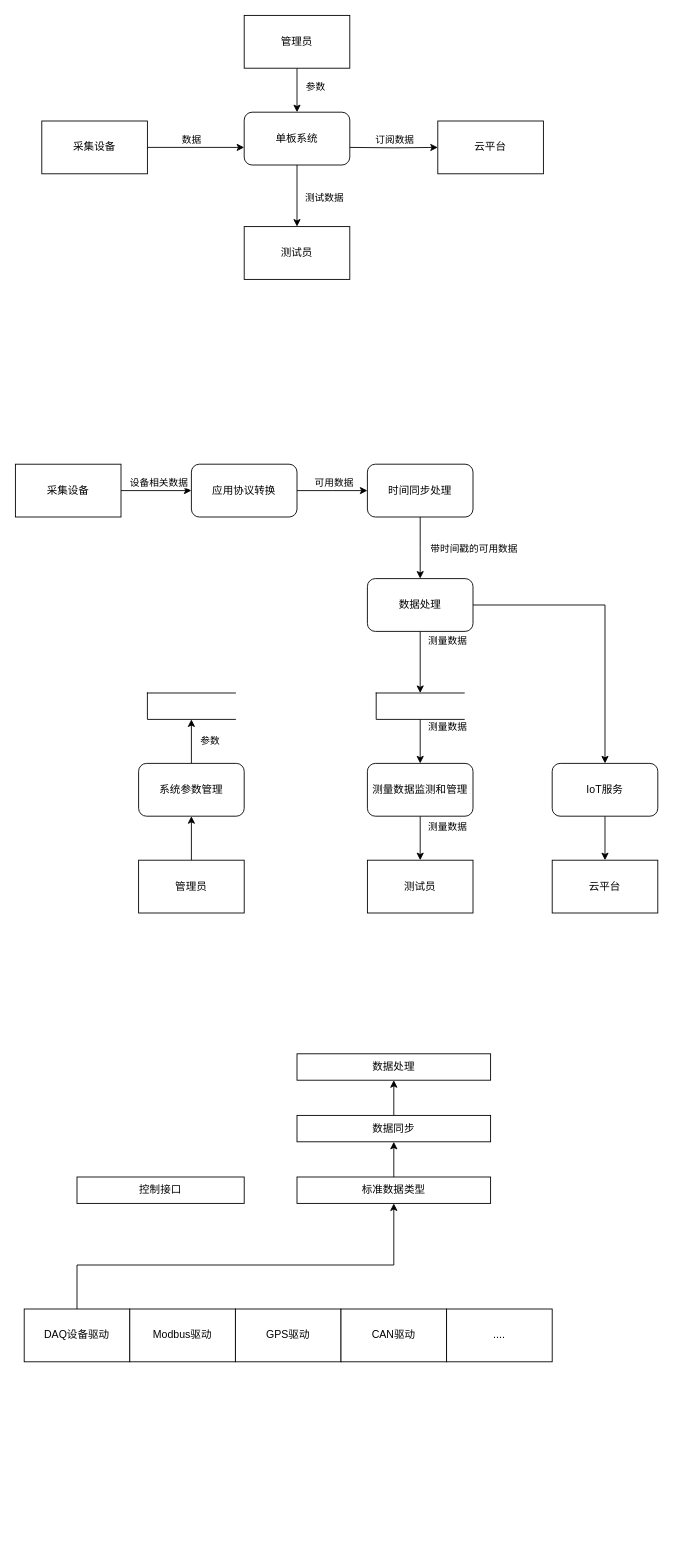
Earlier version of the draw.io diagram RaspPI/general design.drawio (zhugy08/drawio). Source tidied: cells renumbered, new cells numbered last; positions are measured from the earlier drawing's top-left corner, leaving out a move shared by most shapes. Both pictures are drawn from the tidied source at 88%, with x=0, y=0 at pixel (15, 15).
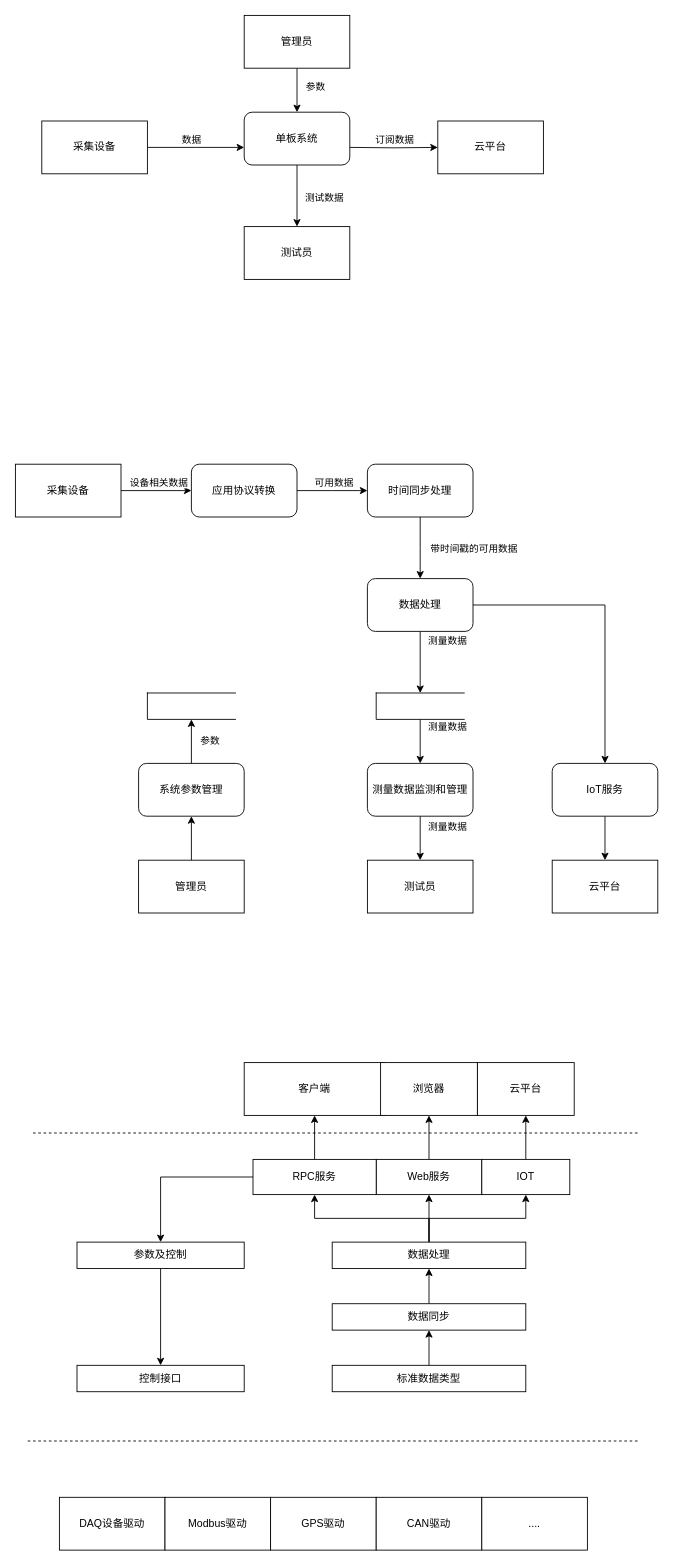
The same page after the edit.

Diff of the diagram source:
```diff
@@
     <mxCell id="45" value="标准数据类型" style="rounded=0;whiteSpace=wrap;html=1;" parent="1" vertex="1">
-      <mxGeometry x="320" y="1320" width="220" height="30" as="geometry" />
+      <mxGeometry x="360" y="1534" width="220" height="30" as="geometry" />
     </mxCell>
     <mxCell id="46" value="控制接口" style="rounded=0;whiteSpace=wrap;html=1;" parent="1" vertex="1">
-      <mxGeometry x="70" y="1320" width="190" height="30" as="geometry" />
+      <mxGeometry x="70" y="1534" width="190" height="30" as="geometry" />
     </mxCell>
-    <mxCell id="47" style="edgeStyle=orthogonalEdgeStyle;rounded=0;jettySize=auto;html=1;entryX=0.5;entryY=1;entryDx=0;entryDy=0;" parent="1" edge="1" source="48" target="45">
-      <mxGeometry relative="1" as="geometry">
-        <Array as="points">
-          <mxPoint x="70" y="1420" />
-          <mxPoint x="430" y="1420" />
-        </Array>
-      </mxGeometry>
-    </mxCell>
     <mxCell id="48" value="DAQ设备驱动" style="rounded=0;whiteSpace=wrap;html=1;" parent="1" vertex="1">
-      <mxGeometry x="10" y="1470" width="120" height="60" as="geometry" />
+      <mxGeometry x="50" y="1684" width="120" height="60" as="geometry" />
     </mxCell>
     <mxCell id="49" value="Modbus驱动" style="rounded=0;whiteSpace=wrap;html=1;" parent="1" vertex="1">
-      <mxGeometry x="130" y="1470" width="120" height="60" as="geometry" />
+      <mxGeometry x="170" y="1684" width="120" height="60" as="geometry" />
     </mxCell>
     <mxCell id="50" value="GPS驱动" style="rounded=0;whiteSpace=wrap;html=1;" parent="1" vertex="1">
-      <mxGeometry x="250" y="1470" width="120" height="60" as="geometry" />
+      <mxGeometry x="290" y="1684" width="120" height="60" as="geometry" />
     </mxCell>
     <mxCell id="51" value="CAN驱动" style="rounded=0;whiteSpace=wrap;html=1;" parent="1" vertex="1">
-      <mxGeometry x="370" y="1470" width="120" height="60" as="geometry" />
+      <mxGeometry x="410" y="1684" width="120" height="60" as="geometry" />
     </mxCell>
     <mxCell id="52" value="...." style="rounded=0;whiteSpace=wrap;html=1;" parent="1" vertex="1">
-      <mxGeometry x="490" y="1470" width="120" height="60" as="geometry" />
+      <mxGeometry x="530" y="1684" width="120" height="60" as="geometry" />
     </mxCell>
@@
     <mxCell id="54" value="数据同步" style="rounded=0;whiteSpace=wrap;html=1;" parent="1" vertex="1">
-      <mxGeometry x="320" y="1250" width="220" height="30" as="geometry" />
+      <mxGeometry x="360" y="1464" width="220" height="30" as="geometry" />
     </mxCell>
+    <mxCell id="56" style="edgeStyle=orthogonalEdgeStyle;rounded=0;jettySize=auto;html=1;" parent="1" edge="1" source="55" target="62">
+      <mxGeometry relative="1" as="geometry" />
+    </mxCell>
+    <mxCell id="57" style="edgeStyle=orthogonalEdgeStyle;rounded=0;jettySize=auto;html=1;" parent="1" edge="1" source="55" target="60">
+      <mxGeometry relative="1" as="geometry" />
+    </mxCell>
+    <mxCell id="58" style="edgeStyle=orthogonalEdgeStyle;rounded=0;jettySize=auto;html=1;entryX=0.5;entryY=1;entryDx=0;entryDy=0;" parent="1" edge="1" source="55" target="65">
+      <mxGeometry relative="1" as="geometry" />
+    </mxCell>
     <mxCell id="55" value="数据处理" style="rounded=0;whiteSpace=wrap;html=1;" parent="1" vertex="1">
-      <mxGeometry x="320" y="1180" width="220" height="30" as="geometry" />
+      <mxGeometry x="360" y="1394" width="220" height="30" as="geometry" />
     </mxCell>
+    <mxCell id="59" style="edgeStyle=orthogonalEdgeStyle;rounded=0;jettySize=auto;html=1;" parent="1" edge="1" source="60" target="67">
+      <mxGeometry relative="1" as="geometry" />
+    </mxCell>
+    <mxCell id="60" value="Web服务" style="rounded=0;whiteSpace=wrap;html=1;" parent="1" vertex="1">
+      <mxGeometry x="410" y="1300" width="120" height="40" as="geometry" />
+    </mxCell>
+    <mxCell id="61" style="edgeStyle=orthogonalEdgeStyle;rounded=0;jettySize=auto;html=1;" parent="1" edge="1" source="62" target="68">
+      <mxGeometry relative="1" as="geometry" />
+    </mxCell>
+    <mxCell id="62" value="IOT" style="rounded=0;whiteSpace=wrap;html=1;" parent="1" vertex="1">
+      <mxGeometry x="530" y="1300" width="100" height="40" as="geometry" />
+    </mxCell>
+    <mxCell id="63" style="edgeStyle=orthogonalEdgeStyle;rounded=0;jettySize=auto;html=1;" parent="1" edge="1" source="65" target="66">
+      <mxGeometry relative="1" as="geometry" />
+    </mxCell>
+    <mxCell id="64" style="edgeStyle=orthogonalEdgeStyle;rounded=0;jettySize=auto;html=1;" parent="1" edge="1" source="65" target="70">
+      <mxGeometry relative="1" as="geometry">
+        <Array as="points">
+          <mxPoint x="165" y="1320" />
+        </Array>
+      </mxGeometry>
+    </mxCell>
+    <mxCell id="65" value="RPC服务" style="rounded=0;whiteSpace=wrap;html=1;" parent="1" vertex="1">
+      <mxGeometry x="270" y="1300" width="140" height="40" as="geometry" />
+    </mxCell>
+    <mxCell id="66" value="客户端" style="rounded=0;whiteSpace=wrap;html=1;" parent="1" vertex="1">
+      <mxGeometry x="260" y="1190" width="160" height="60" as="geometry" />
+    </mxCell>
+    <mxCell id="67" value="浏览器" style="rounded=0;whiteSpace=wrap;html=1;" parent="1" vertex="1">
+      <mxGeometry x="415" y="1190" width="110" height="60" as="geometry" />
+    </mxCell>
+    <mxCell id="68" value="云平台" style="rounded=0;whiteSpace=wrap;html=1;" parent="1" vertex="1">
+      <mxGeometry x="525" y="1190" width="110" height="60" as="geometry" />
+    </mxCell>
+    <mxCell id="69" style="edgeStyle=orthogonalEdgeStyle;rounded=0;jettySize=auto;html=1;" parent="1" edge="1" source="70" target="46">
+      <mxGeometry relative="1" as="geometry" />
+    </mxCell>
+    <mxCell id="70" value="参数及控制" style="rounded=0;whiteSpace=wrap;html=1;" parent="1" vertex="1">
+      <mxGeometry x="70" y="1394" width="190" height="30" as="geometry" />
+    </mxCell>
+    <mxCell id="71" style="endArrow=none;dashed=1;html=1;" parent="1" edge="1">
+      <mxGeometry relative="1" as="geometry">
+        <mxPoint x="14" y="1620" as="sourcePoint" />
+        <mxPoint x="710" y="1620" as="targetPoint" />
+      </mxGeometry>
+    </mxCell>
+    <mxCell id="72" style="endArrow=none;dashed=1;html=1;" parent="1" edge="1">
+      <mxGeometry relative="1" as="geometry">
+        <mxPoint x="20" y="1270" as="sourcePoint" />
+        <mxPoint x="710" y="1270" as="targetPoint" />
+      </mxGeometry>
+    </mxCell>
```
